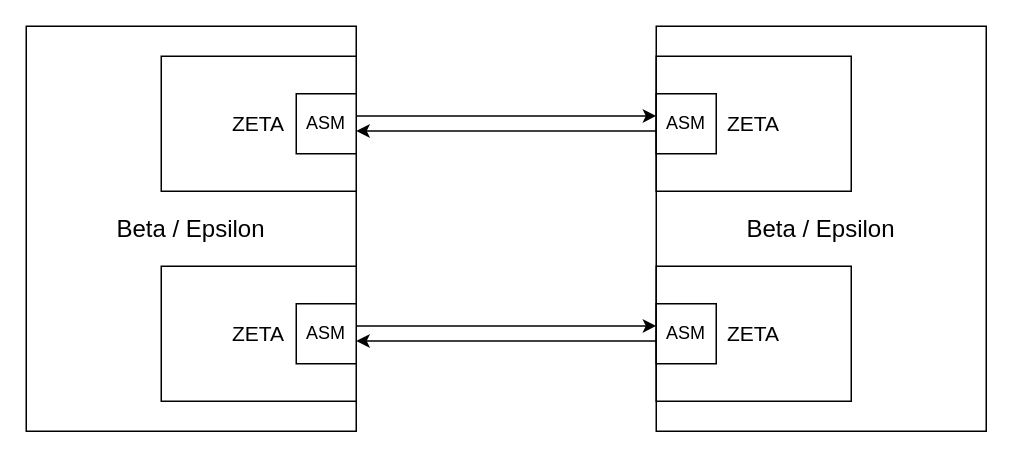
The draw.io diagram test1.drawio in honyuan/openwrt-a5d3, before the edit. Source tidied: cells renumbered, new cells numbered last; positions are measured from the earlier drawing's top-left corner, leaving out a move shared by most shapes. Both pictures are drawn from the tidied source at 150%, with x=0, y=0 at pixel (26, 26).
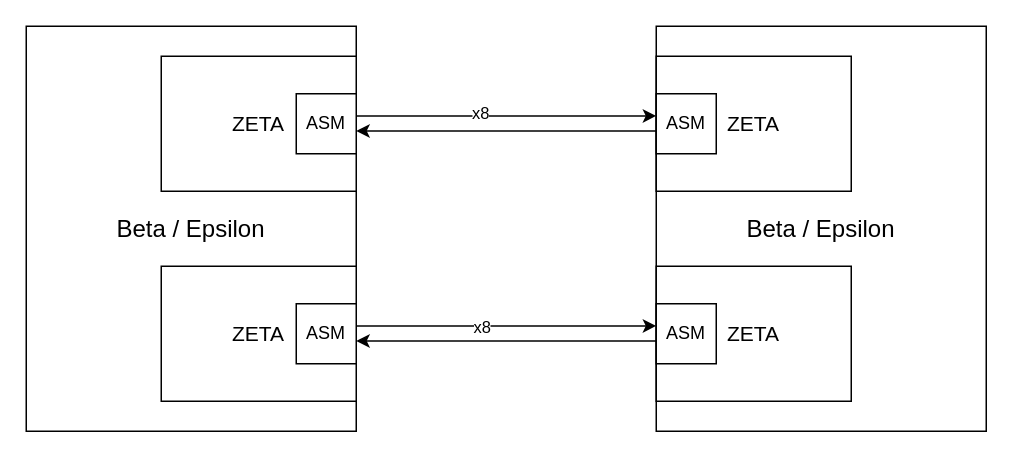
The same page after the edit.

The change refers to these unchanged cells:
```xml
<mxCell id="5" style="edgeStyle=orthogonalEdgeStyle;rounded=0;orthogonalLoop=1;jettySize=auto;html=1;entryX=0;entryY=0.5;entryDx=0;entryDy=0;" parent="1" edge="1">
  <mxGeometry relative="1" as="geometry">
    <mxPoint x="220" y="59.8" as="sourcePoint" />
    <mxPoint x="420" y="59.8" as="targetPoint" />
  </mxGeometry>
</mxCell>
<mxCell id="14" style="edgeStyle=orthogonalEdgeStyle;rounded=0;orthogonalLoop=1;jettySize=auto;html=1;entryX=0;entryY=0.5;entryDx=0;entryDy=0;" parent="1" edge="1">
  <mxGeometry relative="1" as="geometry">
    <mxPoint x="220" y="199.8" as="sourcePoint" />
    <mxPoint x="420" y="199.8" as="targetPoint" />
  </mxGeometry>
</mxCell>
```

What changed in the source:
```diff
@@
+    <mxCell id="16" value="x8" style="edgeLabel;html=1;align=center;verticalAlign=middle;" parent="5" vertex="1">
+      <mxGeometry x="-0.18" y="2" relative="1" as="geometry" />
+    </mxCell>
@@
+    <mxCell id="17" value="x8" style="edgeLabel;html=1;align=center;verticalAlign=middle;" parent="14" vertex="1">
+      <mxGeometry x="-0.17" y="-1" relative="1" as="geometry" />
+    </mxCell>
```
